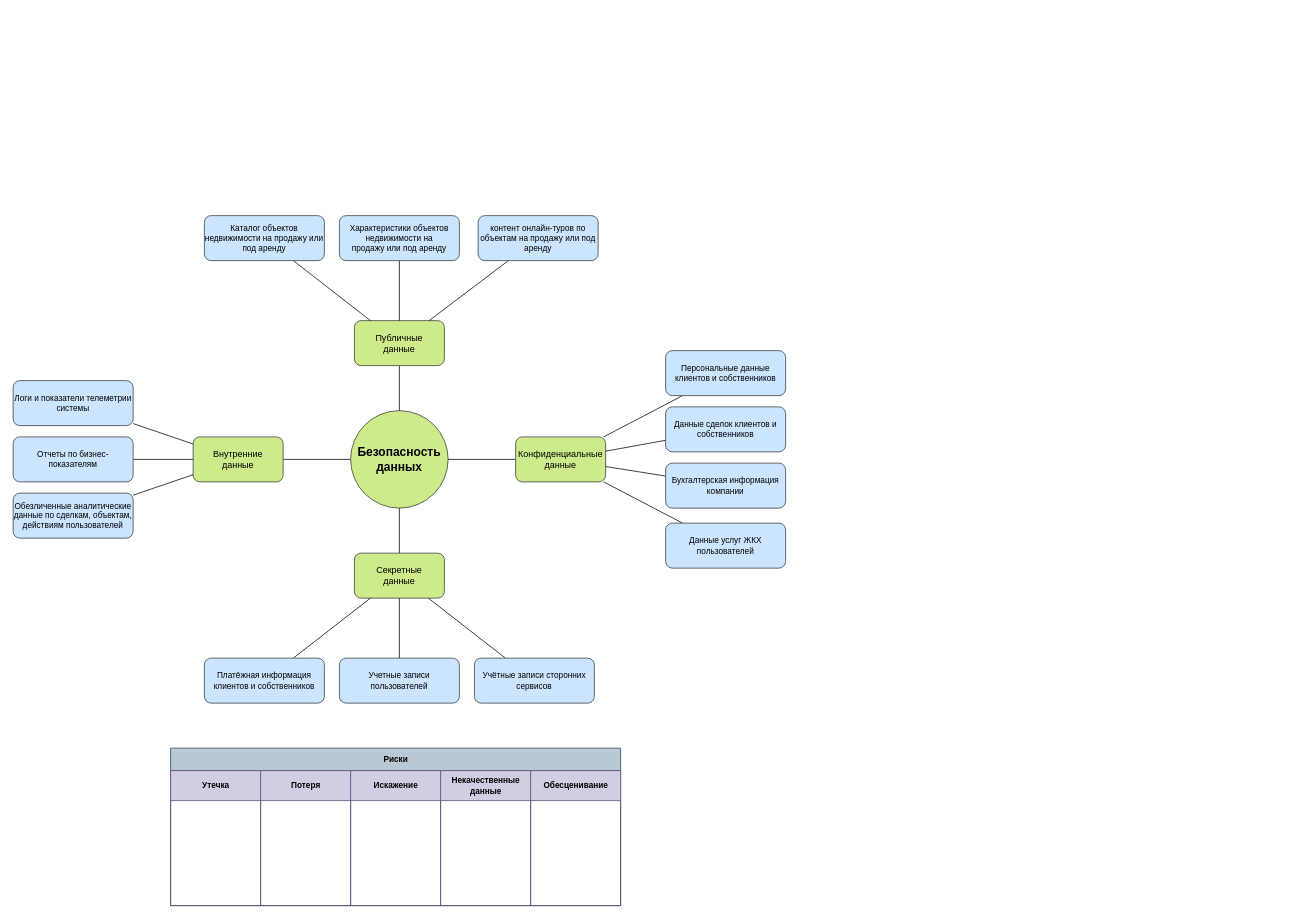
Before: 5spring.drawio in MorKaragh/drawings, a draw.io diagram. Source tidied: cells renumbered, new cells numbered last; positions are measured from the earlier drawing's top-left corner, leaving out a move shared by most shapes. Both pictures are drawn from the tidied source at 75%, with x=0, y=0 at pixel (13, 215).
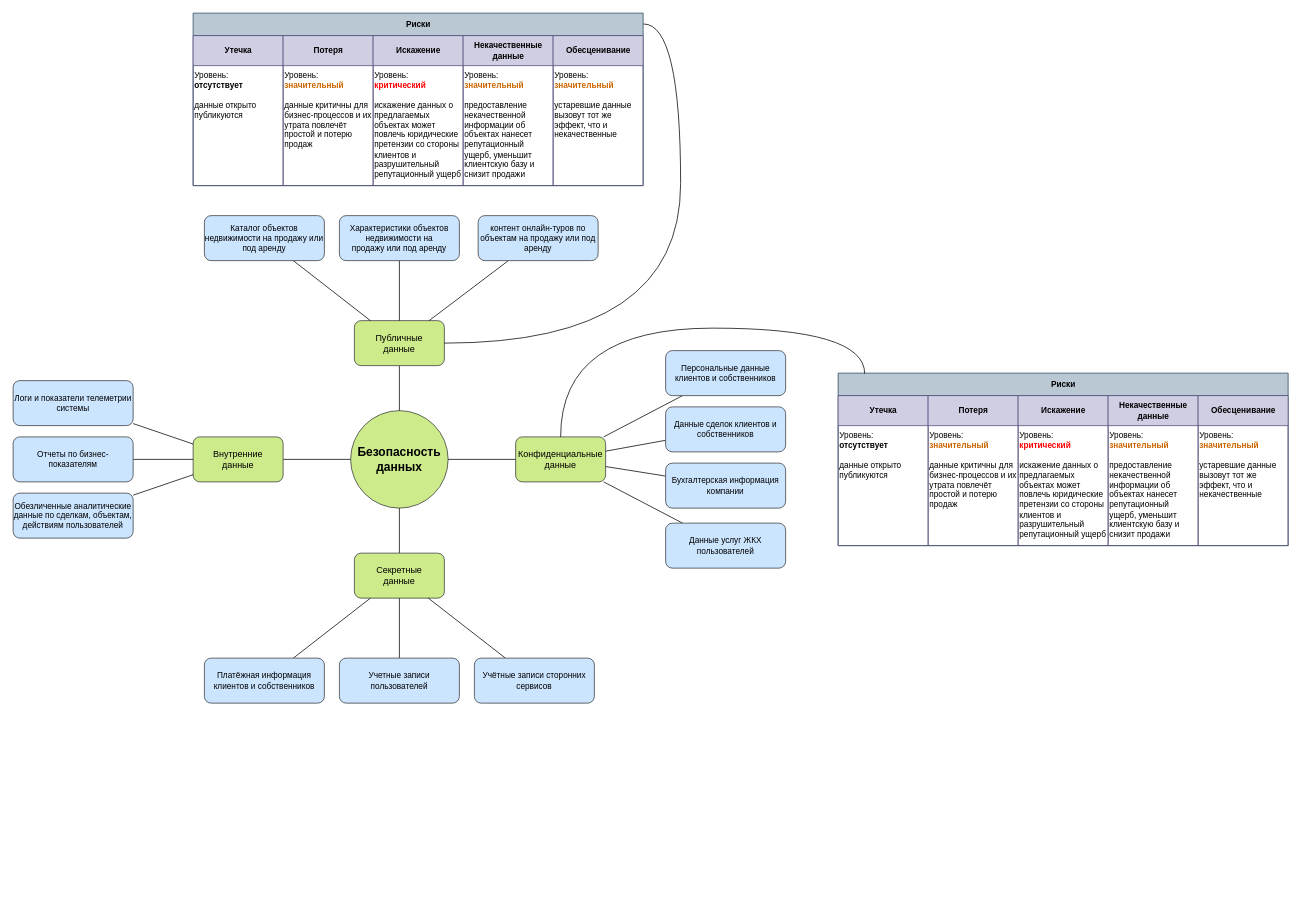
The same diagram, later.

Unchanged cells that the change refers to:
```xml
<mxCell id="4" value="&lt;div&gt;Публичные&lt;/div&gt;&lt;div&gt;данные&lt;/div&gt;" style="rounded=1;whiteSpace=wrap;html=1;fontSize=12;fillColor=#cdeb8b;strokeColor=#36393d;" parent="1" vertex="1">
  <mxGeometry x="455" y="140" width="120" height="60" as="geometry" />
</mxCell>
<mxCell id="9" value="&lt;div&gt;Конфиденциальные&lt;/div&gt;&lt;div&gt;данные&lt;/div&gt;" style="rounded=1;whiteSpace=wrap;html=1;fontSize=12;fillColor=#cdeb8b;strokeColor=#36393d;" parent="1" vertex="1">
  <mxGeometry x="670" y="295" width="120" height="60" as="geometry" />
</mxCell>
```

Change to the diagram source:
```diff
@@
     <mxCell id="37" value="Риски" style="swimlane;startSize=30;html=1;fontFamily=Helvetica;fontSize=11;labelBackgroundColor=none;fillColor=#bac8d3;strokeColor=#23445d;" parent="1" vertex="1">
-      <mxGeometry x="210" y="710" width="600" height="210" as="geometry" />
+      <mxGeometry x="240" y="-270" width="600" height="230" as="geometry" />
     </mxCell>
     <mxCell id="38" value="Утечка" style="swimlane;startSize=40;html=1;fontFamily=Helvetica;fontSize=11;labelBackgroundColor=none;fillColor=#d0cee2;strokeColor=#56517e;" parent="37" vertex="1">
-      <mxGeometry y="30" width="120" height="180" as="geometry" />
+      <mxGeometry y="30" width="120" height="200" as="geometry" />
     </mxCell>
+    <mxCell id="43" value="&lt;div&gt;Уровень:&amp;nbsp;&lt;/div&gt;&lt;div&gt;&lt;b&gt;отсутствует&lt;/b&gt;&lt;/div&gt;&lt;div&gt;&lt;br&gt;&lt;/div&gt;&lt;div&gt;данные открыто публикуются&lt;/div&gt;" style="text;html=1;whiteSpace=wrap;strokeColor=none;fillColor=none;align=left;verticalAlign=top;rounded=0;fontFamily=Helvetica;fontSize=11;fontColor=default;fontStyle=0;labelBackgroundColor=none;" parent="38" vertex="1">
+      <mxGeometry y="40" width="120" height="80" as="geometry" />
+    </mxCell>
     <mxCell id="39" value="Потеря" style="swimlane;startSize=40;html=1;fontFamily=Helvetica;fontSize=11;fontColor=default;labelBackgroundColor=none;strokeColor=#56517e;align=center;verticalAlign=middle;fontStyle=1;fillColor=#d0cee2;" parent="37" vertex="1">
-      <mxGeometry x="120" y="30" width="120" height="180" as="geometry" />
+      <mxGeometry x="120" y="30" width="120" height="200" as="geometry" />
     </mxCell>
+    <mxCell id="44" value="&lt;div&gt;Уровень: &lt;b&gt;&lt;span style=&quot;color: rgb(204, 102, 0);&quot;&gt;значительный&lt;/span&gt;&lt;/b&gt;&lt;/div&gt;&lt;div&gt;&lt;br&gt;&lt;/div&gt;&lt;div&gt;данные критичны для бизнес-процессов и их утрата повлечёт простой и потерю продаж&lt;/div&gt;" style="text;html=1;whiteSpace=wrap;strokeColor=none;fillColor=none;align=left;verticalAlign=top;rounded=0;fontFamily=Helvetica;fontSize=11;fontColor=default;fontStyle=0;labelBackgroundColor=none;" parent="39" vertex="1">
+      <mxGeometry y="40" width="120" height="120" as="geometry" />
+    </mxCell>
     <mxCell id="40" value="Искажение" style="swimlane;startSize=40;html=1;fontFamily=Helvetica;fontSize=11;fontColor=default;labelBackgroundColor=none;strokeColor=#56517e;align=center;verticalAlign=middle;fontStyle=1;fillColor=#d0cee2;" parent="37" vertex="1">
-      <mxGeometry x="240" y="30" width="120" height="180" as="geometry" />
+      <mxGeometry x="240" y="30" width="120" height="200" as="geometry" />
     </mxCell>
+    <mxCell id="45" value="&lt;div&gt;Уровень:&lt;/div&gt;&lt;div&gt;&lt;b&gt;&lt;span style=&quot;color: rgb(255, 0, 0);&quot;&gt;критический&lt;/span&gt;&lt;/b&gt;&lt;/div&gt;&lt;div&gt;&lt;br&gt;&lt;/div&gt;&lt;div&gt;искажение данных о предлагаемых объектах может повлечь юридические претензии со стороны клиентов и разрушительный репутационный ущерб&lt;/div&gt;" style="text;html=1;whiteSpace=wrap;strokeColor=none;fillColor=none;align=left;verticalAlign=top;rounded=0;fontFamily=Helvetica;fontSize=11;fontColor=default;fontStyle=0;labelBackgroundColor=none;" parent="40" vertex="1">
+      <mxGeometry y="40" width="120" height="120" as="geometry" />
+    </mxCell>
     <mxCell id="41" value="&lt;div&gt;Некачественные&lt;/div&gt;&lt;div&gt;данные&lt;/div&gt;" style="swimlane;startSize=40;html=1;fontFamily=Helvetica;fontSize=11;fontColor=default;labelBackgroundColor=none;strokeColor=#56517e;align=center;verticalAlign=middle;fontStyle=1;fillColor=#d0cee2;" parent="37" vertex="1">
-      <mxGeometry x="360" y="30" width="120" height="180" as="geometry" />
+      <mxGeometry x="360" y="30" width="120" height="200" as="geometry" />
     </mxCell>
+    <mxCell id="46" value="&lt;div&gt;Уровень:&lt;/div&gt;&lt;div&gt;&lt;b&gt;&lt;span style=&quot;color: rgb(204, 102, 0);&quot;&gt;значительный&lt;/span&gt;&lt;/b&gt;&lt;/div&gt;&lt;div&gt;&lt;br&gt;&lt;/div&gt;&lt;div&gt;предоставление некачественной информации об объектах нанесет репутационный ущерб, уменьшит клиентскую базу и снизит продажи&lt;/div&gt;" style="text;html=1;whiteSpace=wrap;strokeColor=none;fillColor=none;align=left;verticalAlign=top;rounded=0;fontFamily=Helvetica;fontSize=11;fontColor=default;fontStyle=0;labelBackgroundColor=none;" parent="41" vertex="1">
+      <mxGeometry y="40" width="120" height="160" as="geometry" />
+    </mxCell>
     <mxCell id="42" value="Обесценивание" style="swimlane;startSize=40;html=1;fontFamily=Helvetica;fontSize=11;fontColor=default;labelBackgroundColor=none;strokeColor=#56517e;align=center;verticalAlign=middle;fontStyle=1;fillColor=#d0cee2;" parent="37" vertex="1">
-      <mxGeometry x="480" y="30" width="120" height="180" as="geometry" />
+      <mxGeometry x="480" y="30" width="120" height="200" as="geometry" />
     </mxCell>
+    <mxCell id="47" value="&lt;div&gt;Уровень:&lt;/div&gt;&lt;div&gt;&lt;b&gt;&lt;span style=&quot;color: rgb(204, 102, 0);&quot;&gt;значительный&lt;/span&gt;&lt;/b&gt;&lt;/div&gt;&lt;div&gt;&lt;br&gt;&lt;/div&gt;&lt;div&gt;устаревшие данные вызовут тот же эффект, что и некачественные&lt;/div&gt;" style="text;html=1;whiteSpace=wrap;strokeColor=none;fillColor=none;align=left;verticalAlign=top;rounded=0;fontFamily=Helvetica;fontSize=11;fontColor=default;fontStyle=0;labelBackgroundColor=none;" parent="42" vertex="1">
+      <mxGeometry y="40" width="120" height="160" as="geometry" />
+    </mxCell>
+    <mxCell id="48" style="edgeStyle=orthogonalEdgeStyle;shape=connector;rounded=0;jettySize=auto;html=1;exitX=1;exitY=0.5;exitDx=0;exitDy=0;entryX=1.001;entryY=0.063;entryDx=0;entryDy=0;entryPerimeter=0;strokeColor=default;align=center;verticalAlign=middle;fontFamily=Helvetica;fontSize=11;fontColor=default;fontStyle=1;labelBackgroundColor=none;endArrow=none;endFill=0;curved=1;" parent="1" edge="1" source="4" target="37">
+      <mxGeometry relative="1" as="geometry">
+        <Array as="points">
+          <mxPoint x="890" y="170" />
+          <mxPoint x="890" y="-255" />
+        </Array>
+      </mxGeometry>
+    </mxCell>
+    <mxCell id="49" value="Риски" style="swimlane;startSize=30;html=1;fontFamily=Helvetica;fontSize=11;labelBackgroundColor=none;fillColor=#bac8d3;strokeColor=#23445d;" parent="1" vertex="1">
+      <mxGeometry x="1100" y="210" width="600" height="230" as="geometry" />
+    </mxCell>
+    <mxCell id="50" value="Утечка" style="swimlane;startSize=40;html=1;fontFamily=Helvetica;fontSize=11;labelBackgroundColor=none;fillColor=#d0cee2;strokeColor=#56517e;" parent="49" vertex="1">
+      <mxGeometry y="30" width="120" height="200" as="geometry" />
+    </mxCell>
+    <mxCell id="51" value="&lt;div&gt;Уровень:&amp;nbsp;&lt;/div&gt;&lt;div&gt;&lt;b&gt;отсутствует&lt;/b&gt;&lt;/div&gt;&lt;div&gt;&lt;br&gt;&lt;/div&gt;&lt;div&gt;данные открыто публикуются&lt;/div&gt;" style="text;html=1;whiteSpace=wrap;strokeColor=none;fillColor=none;align=left;verticalAlign=top;rounded=0;fontFamily=Helvetica;fontSize=11;fontColor=default;fontStyle=0;labelBackgroundColor=none;" parent="50" vertex="1">
+      <mxGeometry y="40" width="120" height="80" as="geometry" />
+    </mxCell>
+    <mxCell id="52" value="Потеря" style="swimlane;startSize=40;html=1;fontFamily=Helvetica;fontSize=11;fontColor=default;labelBackgroundColor=none;strokeColor=#56517e;align=center;verticalAlign=middle;fontStyle=1;fillColor=#d0cee2;" parent="49" vertex="1">
+      <mxGeometry x="120" y="30" width="120" height="200" as="geometry" />
+    </mxCell>
+    <mxCell id="53" value="&lt;div&gt;Уровень: &lt;b&gt;&lt;span style=&quot;color: rgb(204, 102, 0);&quot;&gt;значительный&lt;/span&gt;&lt;/b&gt;&lt;/div&gt;&lt;div&gt;&lt;br&gt;&lt;/div&gt;&lt;div&gt;данные критичны для бизнес-процессов и их утрата повлечёт простой и потерю продаж&lt;/div&gt;" style="text;html=1;whiteSpace=wrap;strokeColor=none;fillColor=none;align=left;verticalAlign=top;rounded=0;fontFamily=Helvetica;fontSize=11;fontColor=default;fontStyle=0;labelBackgroundColor=none;" parent="52" vertex="1">
+      <mxGeometry y="40" width="120" height="120" as="geometry" />
+    </mxCell>
+    <mxCell id="54" value="Искажение" style="swimlane;startSize=40;html=1;fontFamily=Helvetica;fontSize=11;fontColor=default;labelBackgroundColor=none;strokeColor=#56517e;align=center;verticalAlign=middle;fontStyle=1;fillColor=#d0cee2;" parent="49" vertex="1">
+      <mxGeometry x="240" y="30" width="120" height="200" as="geometry" />
+    </mxCell>
+    <mxCell id="55" value="&lt;div&gt;Уровень:&lt;/div&gt;&lt;div&gt;&lt;b&gt;&lt;span style=&quot;color: rgb(255, 0, 0);&quot;&gt;критический&lt;/span&gt;&lt;/b&gt;&lt;/div&gt;&lt;div&gt;&lt;br&gt;&lt;/div&gt;&lt;div&gt;искажение данных о предлагаемых объектах может повлечь юридические претензии со стороны клиентов и разрушительный репутационный ущерб&lt;/div&gt;" style="text;html=1;whiteSpace=wrap;strokeColor=none;fillColor=none;align=left;verticalAlign=top;rounded=0;fontFamily=Helvetica;fontSize=11;fontColor=default;fontStyle=0;labelBackgroundColor=none;" parent="54" vertex="1">
+      <mxGeometry y="40" width="120" height="120" as="geometry" />
+    </mxCell>
+    <mxCell id="56" value="&lt;div&gt;Некачественные&lt;/div&gt;&lt;div&gt;данные&lt;/div&gt;" style="swimlane;startSize=40;html=1;fontFamily=Helvetica;fontSize=11;fontColor=default;labelBackgroundColor=none;strokeColor=#56517e;align=center;verticalAlign=middle;fontStyle=1;fillColor=#d0cee2;" parent="49" vertex="1">
+      <mxGeometry x="360" y="30" width="120" height="200" as="geometry" />
+    </mxCell>
+    <mxCell id="57" value="&lt;div&gt;Уровень:&lt;/div&gt;&lt;div&gt;&lt;b&gt;&lt;span style=&quot;color: rgb(204, 102, 0);&quot;&gt;значительный&lt;/span&gt;&lt;/b&gt;&lt;/div&gt;&lt;div&gt;&lt;br&gt;&lt;/div&gt;&lt;div&gt;предоставление некачественной информации об объектах нанесет репутационный ущерб, уменьшит клиентскую базу и снизит продажи&lt;/div&gt;" style="text;html=1;whiteSpace=wrap;strokeColor=none;fillColor=none;align=left;verticalAlign=top;rounded=0;fontFamily=Helvetica;fontSize=11;fontColor=default;fontStyle=0;labelBackgroundColor=none;" parent="56" vertex="1">
+      <mxGeometry y="40" width="120" height="160" as="geometry" />
+    </mxCell>
+    <mxCell id="58" value="Обесценивание" style="swimlane;startSize=40;html=1;fontFamily=Helvetica;fontSize=11;fontColor=default;labelBackgroundColor=none;strokeColor=#56517e;align=center;verticalAlign=middle;fontStyle=1;fillColor=#d0cee2;" parent="49" vertex="1">
+      <mxGeometry x="480" y="30" width="120" height="200" as="geometry" />
+    </mxCell>
+    <mxCell id="59" value="&lt;div&gt;Уровень:&lt;/div&gt;&lt;div&gt;&lt;b&gt;&lt;span style=&quot;color: rgb(204, 102, 0);&quot;&gt;значительный&lt;/span&gt;&lt;/b&gt;&lt;/div&gt;&lt;div&gt;&lt;br&gt;&lt;/div&gt;&lt;div&gt;устаревшие данные вызовут тот же эффект, что и некачественные&lt;/div&gt;" style="text;html=1;whiteSpace=wrap;strokeColor=none;fillColor=none;align=left;verticalAlign=top;rounded=0;fontFamily=Helvetica;fontSize=11;fontColor=default;fontStyle=0;labelBackgroundColor=none;" parent="58" vertex="1">
+      <mxGeometry y="40" width="120" height="160" as="geometry" />
+    </mxCell>
+    <mxCell id="60" style="edgeStyle=orthogonalEdgeStyle;shape=connector;rounded=0;jettySize=auto;html=1;exitX=0.5;exitY=0;exitDx=0;exitDy=0;entryX=0.059;entryY=0.003;entryDx=0;entryDy=0;entryPerimeter=0;strokeColor=default;align=center;verticalAlign=middle;fontFamily=Helvetica;fontSize=11;fontColor=default;fontStyle=1;labelBackgroundColor=none;endArrow=none;endFill=0;curved=1;" parent="1" edge="1" source="9" target="49">
+      <mxGeometry relative="1" as="geometry">
+        <Array as="points">
+          <mxPoint x="730" y="150" />
+          <mxPoint x="1135" y="150" />
+        </Array>
+      </mxGeometry>
+    </mxCell>
```
